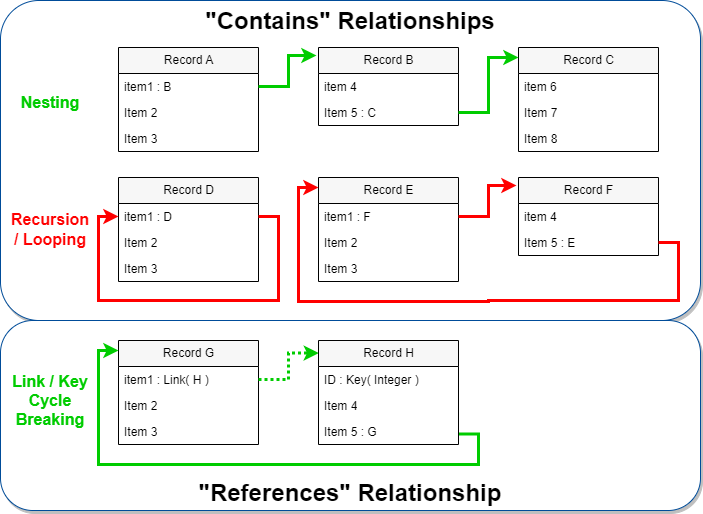
The draw.io diagram images/contains-references.drawio.png in oasis-tcs/openc2-jadn-im, before a commit. Source tidied: cells renumbered, new cells last; positions are measured from the earlier drawing's top-left corner, leaving out a move shared by most shapes.
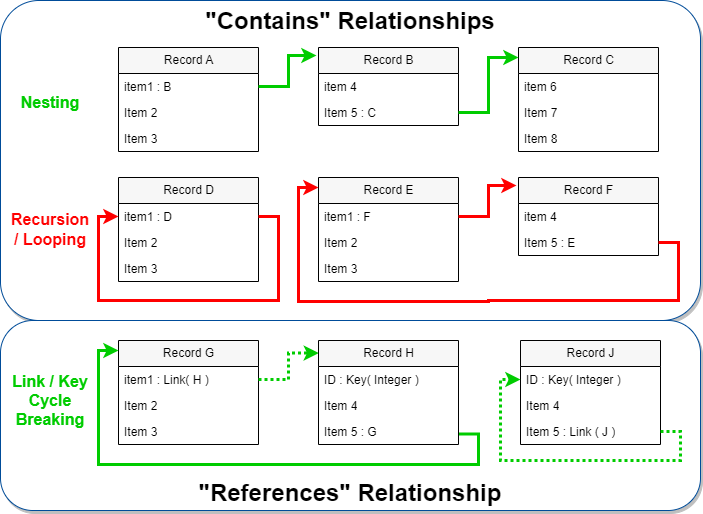
After the commit.

Commit message:
Update Fig 34-1 graphic

The edit, as a diff of the source:
```diff
@@ -152,5 +152,27 @@
     <mxCell id="44" value="Link / Key Cycle Breaking" style="text;html=1;strokeColor=none;fillColor=none;align=center;verticalAlign=middle;whiteSpace=wrap;rounded=0;fontSize=16;fontStyle=1;fontColor=#00CC00;shadow=0;" parent="4" vertex="1">
       <mxGeometry x="10" y="385" width="80" height="30" as="geometry" />
     </mxCell>
+    <mxCell id="45" value="Record J" style="swimlane;fontStyle=0;horizontal=1;startSize=26;fillColor=#F7F7F7;html=1;" parent="4" vertex="1">
+      <mxGeometry x="520" y="340" width="140" height="104" as="geometry" />
+    </mxCell>
+    <mxCell id="46" value="ID : Key( Integer )" style="text;strokeColor=none;fillColor=none;align=left;verticalAlign=top;spacingLeft=4;spacingRight=4;overflow=hidden;points=[[0,0.5],[1,0.5]];portConstraint=eastwest;whiteSpace=wrap;html=1;" parent="45" vertex="1">
+      <mxGeometry y="26" width="140" height="26" as="geometry" />
+    </mxCell>
+    <mxCell id="47" value="Item 4" style="text;strokeColor=none;fillColor=none;align=left;verticalAlign=top;spacingLeft=4;spacingRight=4;overflow=hidden;whiteSpace=wrap;html=1;" parent="45" vertex="1">
+      <mxGeometry y="52" width="140" height="26" as="geometry" />
+    </mxCell>
+    <mxCell id="48" value="Item 5 : Link ( J )" style="text;strokeColor=none;fillColor=none;align=left;verticalAlign=top;spacingLeft=4;spacingRight=4;overflow=hidden;points=[[0,0.5],[1,0.5]];portConstraint=eastwest;whiteSpace=wrap;html=1;" parent="45" vertex="1">
+      <mxGeometry y="78" width="140" height="26" as="geometry" />
+    </mxCell>
+    <mxCell id="49" style="edgeStyle=orthogonalEdgeStyle;rounded=0;jettySize=auto;html=1;entryX=0;entryY=0.5;entryDx=0;entryDy=0;dashed=1;strokeWidth=3;strokeColor=#00CC00;dashPattern=1 1;exitX=1;exitY=0.5;exitDx=0;exitDy=0;" parent="45" edge="1" source="48" target="46">
+      <mxGeometry relative="1" as="geometry">
+        <Array as="points">
+          <mxPoint x="160" y="91" />
+          <mxPoint x="160" y="120" />
+          <mxPoint x="-20" y="120" />
+          <mxPoint x="-20" y="39" />
+        </Array>
+      </mxGeometry>
+    </mxCell>
   </root>
 </mxGraphModel>
```
